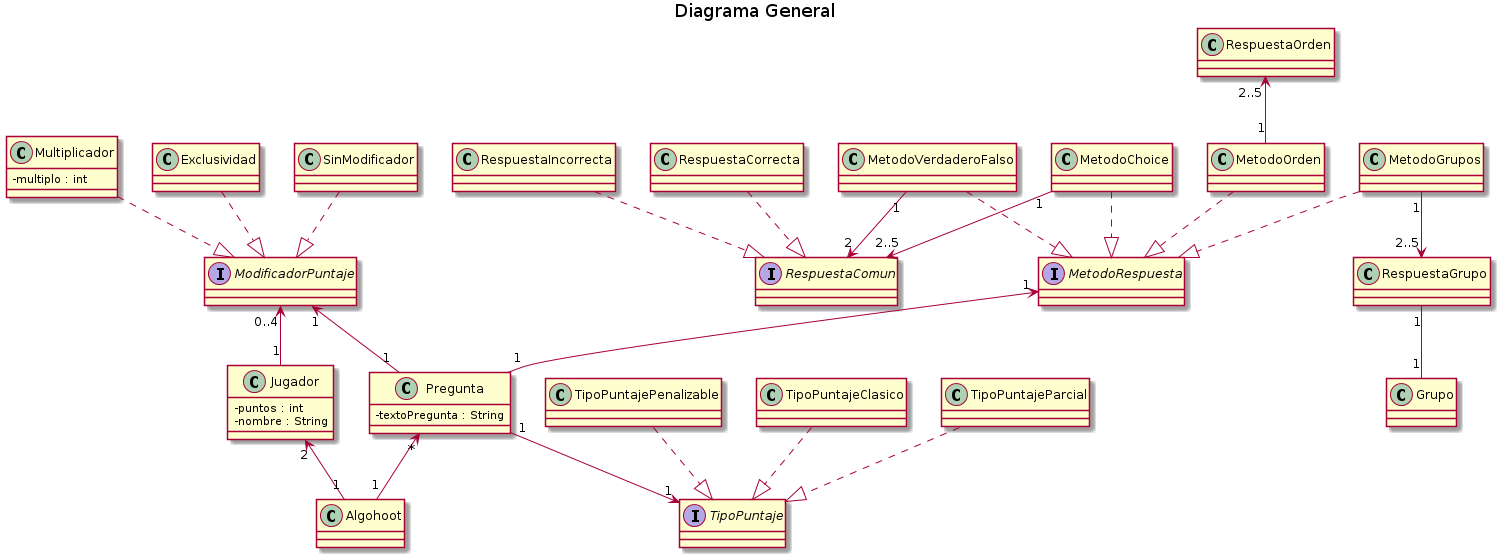
Before: docs/diagramas/diagrama general.png, a diagram exported from PlantUML (brunograssano/Algoritmos_3_TP2_PM2).
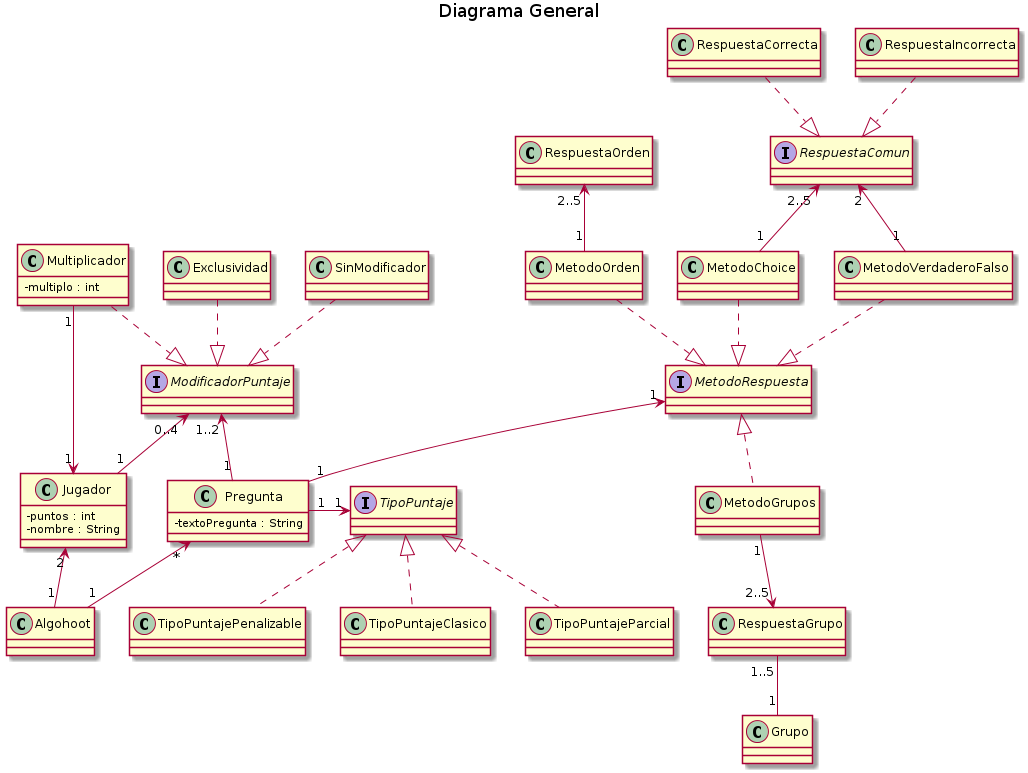
After the commit.

Commit message:
Subo el diagrama con las multiplicidades nuevas

What changed in the source:
```diff
@@ -3,21 +3,55 @@
 skinparam classAttributeIconSize 0
 
 
-
-class Algohoot
 Jugador "2"<-- "1" Algohoot
 Pregunta "*"<-- "1"Algohoot
 
-class Jugador{
-  -puntos : int
-  -nombre : String
-}
 ModificadorPuntaje "0..4"<-- "1" Jugador
 
 Interface ModificadorPuntaje
 Multiplicador ..|> ModificadorPuntaje
 Exclusividad ..|> ModificadorPuntaje
 SinModificador ..|> ModificadorPuntaje
+
+Multiplicador "1"-->"1" Jugador
+
+TipoPuntaje "1"<-right-"1" Pregunta
+ModificadorPuntaje "1..2"<--"1" Pregunta
+MetodoRespuesta "1"<--"1" Pregunta
+
+Interface TipoPuntaje
+TipoPuntajePenalizable .up.|> TipoPuntaje
+TipoPuntajeClasico .up.|> TipoPuntaje
+TipoPuntajeParcial .up.|> TipoPuntaje
+
+MetodoChoice ..|> MetodoRespuesta
+MetodoVerdaderoFalso ..|> MetodoRespuesta
+MetodoOrden ..|> MetodoRespuesta
+MetodoGrupos .up.|> MetodoRespuesta
+
+MetodoVerdaderoFalso "1"-up-> "2"RespuestaComun
+MetodoChoice "1" -up-> "2..5" RespuestaComun
+
+MetodoGrupos "1" --> "2..5" RespuestaGrupo
+
+RespuestaGrupo "1..5" -- "1" Grupo
+
+RespuestaOrden "2..5" <-- "1" MetodoOrden
+
+Interface RespuestaComun
+RespuestaCorrecta ..|> RespuestaComun
+RespuestaIncorrecta ..|> RespuestaComun
+
+
+
+class Algohoot
+
+class Jugador{
+  -puntos : int
+  -nombre : String
+}
+
+
 class Multiplicador{
   -multiplo : int
 }
@@ -25,19 +59,11 @@
 class Exclusividad
 class SinModificador
 
+
 class Pregunta{
   -textoPregunta : String
 }
-TipoPuntaje "1"<-down-"1" Pregunta
-ModificadorPuntaje "1"<--"1" Pregunta
-MetodoRespuesta "1"<--"1" Pregunta
 
-
-
-Interface TipoPuntaje
-TipoPuntajePenalizable ..|> TipoPuntaje
-TipoPuntajeClasico ..|> TipoPuntaje
-TipoPuntajeParcial ..|> TipoPuntaje
 
 class TipoPuntajePenalizable
 class TipoPuntajeClasico
@@ -45,33 +71,19 @@
 
 
 Interface MetodoRespuesta
-MetodoChoice ..|> MetodoRespuesta
-MetodoVerdaderoFalso ..|> MetodoRespuesta
-MetodoOrden ..|> MetodoRespuesta
-MetodoGrupos ..|> MetodoRespuesta
+
 
 class MetodoChoice
 class MetodoVerdaderoFalso
 class MetodoOrden
 class MetodoGrupos
 
-MetodoVerdaderoFalso "1"--> "2"RespuestaComun
-MetodoChoice "1" --> "2..5" RespuestaComun
-
-MetodoGrupos "1" --> "2..5" RespuestaGrupo
-
-RespuestaGrupo "1" -- "1" Grupo
 
 class RespuestaGrupo
 class Grupo
 
 class RespuestaOrden
 
-RespuestaOrden "2..5" <-- "1" MetodoOrden
-
-Interface RespuestaComun
-RespuestaCorrecta ..|> RespuestaComun
-RespuestaIncorrecta ..|> RespuestaComun
 
 class RespuestaCorrecta
 class RespuestaIncorrecta
```
